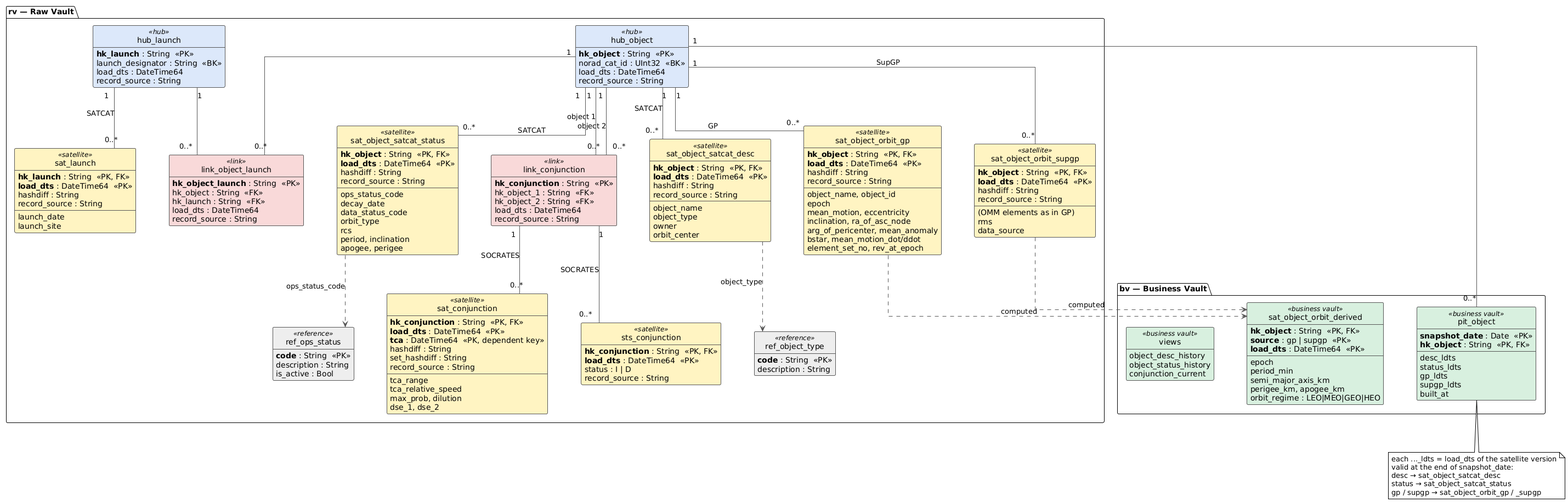
The PlantUML diagram diagrams/data_vault.png in IlyaKonoval/Big-Data-Storage-Technologies, before a commit.
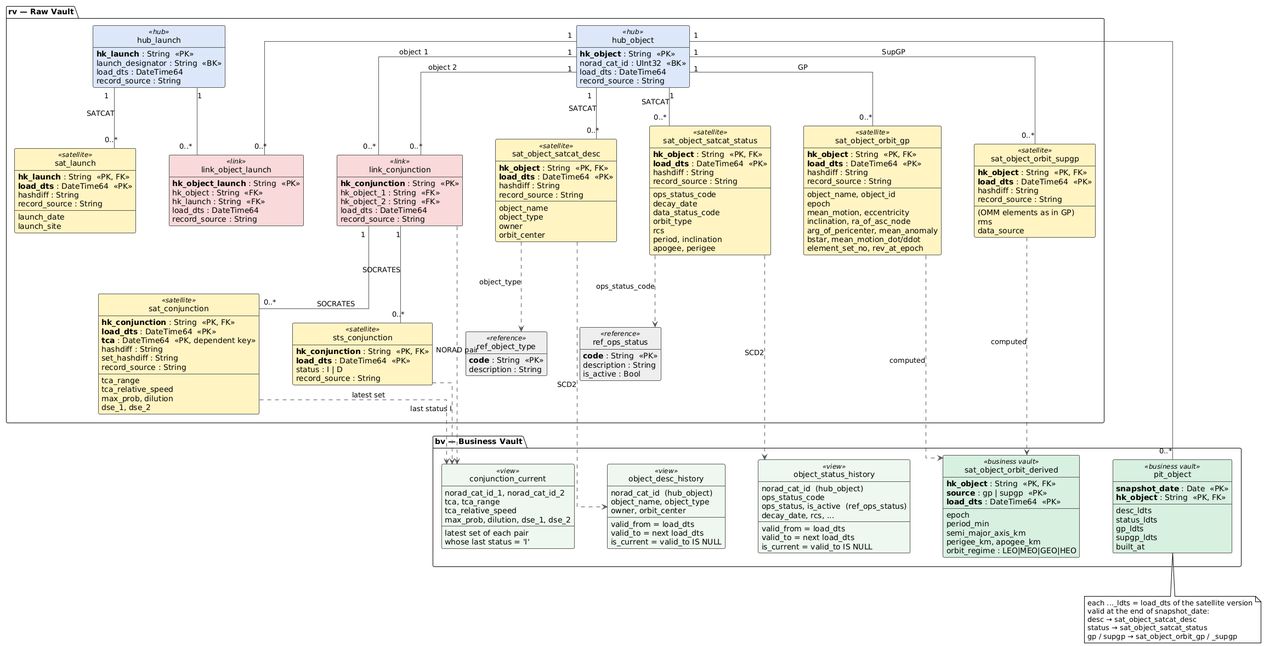
Above is the later version.

Change to the diagram source:
```diff
@@ -17,6 +17,7 @@
 !define SAT(name) class name <<satellite>> #FFF4C2
 !define BV(name) class name <<business vault>> #D8F0DF
 !define REF(name) class name <<reference>> #EEEEEE
+!define VIEW(name) class name <<view>> #EEF8F0
 
 package "rv — Raw Vault" {
 
@@ -171,10 +172,35 @@
     built_at
   }
 
-  BV(views) {
-    object_desc_history
-    object_status_history
-    conjunction_current
+  VIEW(conjunction_current) {
+    norad_cat_id_1, norad_cat_id_2
+    tca, tca_range
+    tca_relative_speed
+    max_prob, dilution, dse_1, dse_2
+    --
+    latest set of each pair
+    whose last status = 'I'
+  }
+
+  VIEW(object_desc_history) {
+    norad_cat_id  (hub_object)
+    object_name, object_type
+    owner, orbit_center
+    --
+    valid_from = load_dts
+    valid_to = next load_dts
+    is_current = valid_to IS NULL
+  }
+
+  VIEW(object_status_history) {
+    norad_cat_id  (hub_object)
+    ops_status_code
+    ops_status, is_active  (ref_ops_status)
+    decay_date, rcs, ...
+    --
+    valid_from = load_dts
+    valid_to = next load_dts
+    is_current = valid_to IS NULL
   }
 }
 
@@ -198,6 +224,12 @@
 sat_object_orbit_supgp ..> sat_object_orbit_derived : computed
 hub_object "1" -- "0..*" pit_object
 
+sat_object_satcat_desc ..> object_desc_history : SCD2
+sat_object_satcat_status ..> object_status_history : SCD2
+sat_conjunction ..> conjunction_current : latest set
+sts_conjunction ..> conjunction_current : last status I
+link_conjunction ..> conjunction_current : NORAD pair
+
 note bottom of pit_object
   each ..._ldts = load_dts of the satellite version
   valid at the end of snapshot_date:
```
